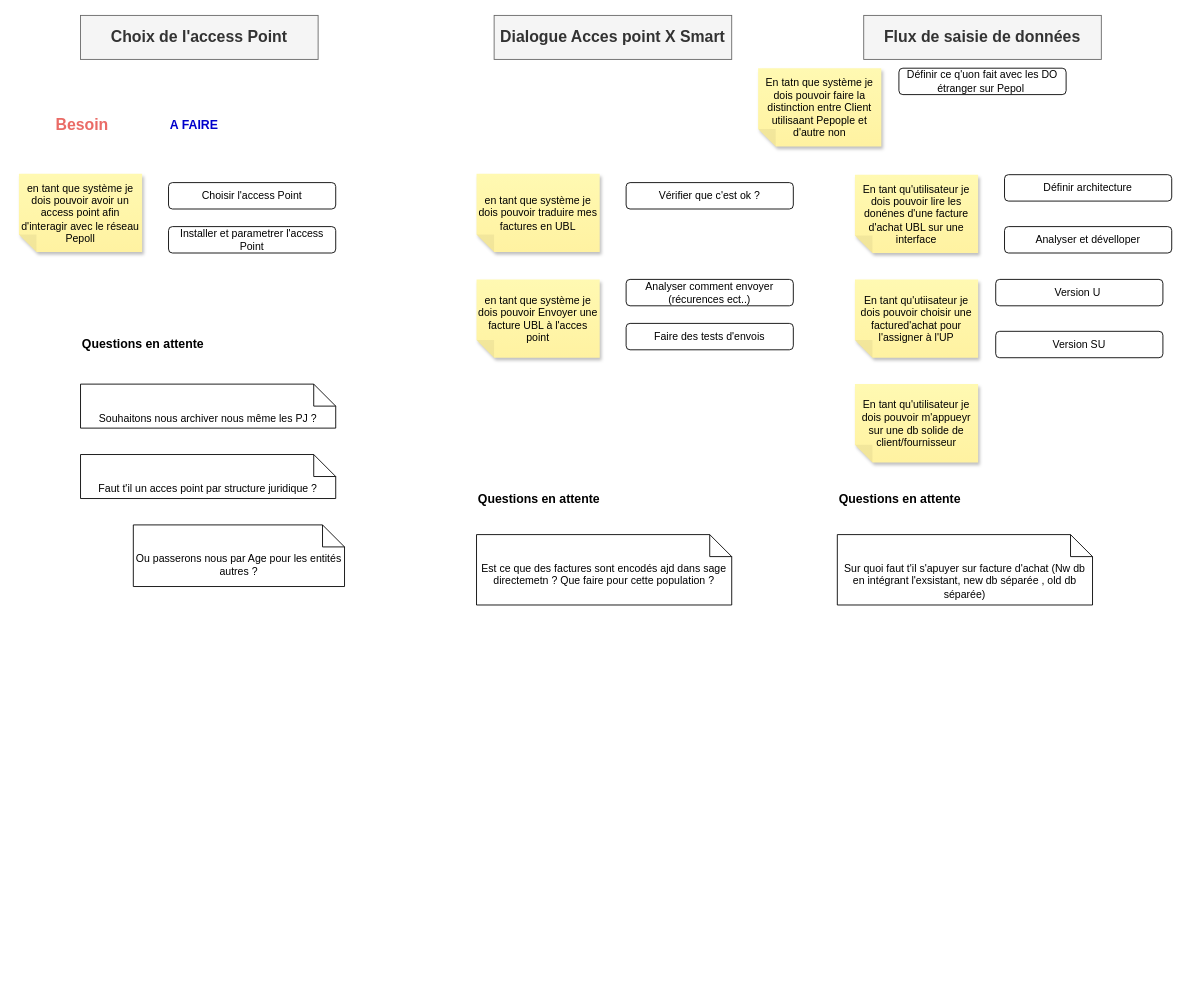
Earlier version of the draw.io diagram Peppol pour Ciaran.drawio (Idir-smart/SandBox). Source tidied: cells renumbered, new cells numbered last; positions are measured from the earlier drawing's top-left corner, leaving out a move shared by most shapes. Both pictures are drawn from the tidied source at 88%, with x=0, y=0 at pixel (18, 15).
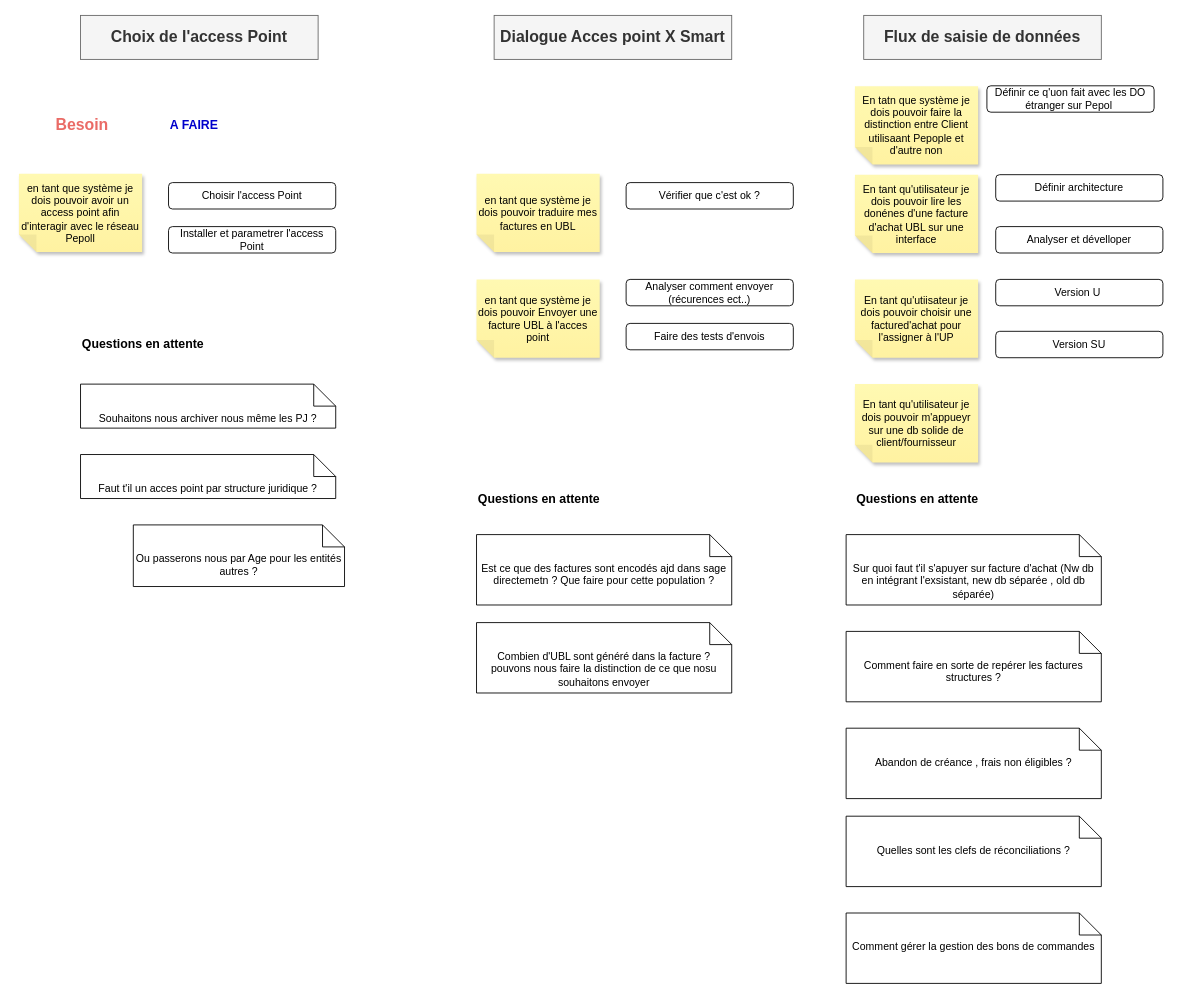
The same diagram, later.

Commit message:
Mettre à jour Peppol pour Ciaran.drawio

Diff of the diagram source:
```diff
@@
     <mxCell id="5" value="Définir ce q'uon fait avec les DO étranger sur Pepol&amp;nbsp; " style="rounded=1;whiteSpace=wrap;html=1;" parent="1" vertex="1">
-      <mxGeometry x="1000" y="60" width="190" height="30" as="geometry" />
+      <mxGeometry x="1100" y="80" width="190" height="30" as="geometry" />
     </mxCell>
@@
     <mxCell id="21" value="Sur quoi faut t'il s'apuyer sur facture d'achat (Nw db en intégrant l'exsistant, new db séparée , old db séparée)" style="shape=note2;boundedLbl=1;whiteSpace=wrap;html=1;size=25;verticalAlign=top;align=center;" parent="1" vertex="1">
-      <mxGeometry x="930" y="590" width="290" height="80" as="geometry" />
+      <mxGeometry x="940" y="590" width="290" height="80" as="geometry" />
     </mxCell>
@@
     <mxCell id="24" value="Analyser et dévelloper " style="rounded=1;whiteSpace=wrap;html=1;" parent="1" vertex="1">
-      <mxGeometry x="1120" y="240" width="190" height="30" as="geometry" />
+      <mxGeometry x="1110" y="240" width="190" height="30" as="geometry" />
     </mxCell>
@@
     <mxCell id="27" value="En tatn que système je dois pouvoir faire la distinction entre Client utilisaant Pepople et d'autre non " style="shape=note;whiteSpace=wrap;html=1;backgroundOutline=1;fontColor=#000000;darkOpacity=0.05;fillColor=#FFF9B2;strokeColor=none;fillStyle=solid;direction=west;gradientDirection=north;gradientColor=#FFF2A1;shadow=1;size=20;" parent="1" vertex="1">
-      <mxGeometry x="840" y="60" width="140" height="89" as="geometry" />
+      <mxGeometry x="950" y="80.5" width="140" height="89" as="geometry" />
     </mxCell>
     <mxCell id="28" value="Définir architecture " style="rounded=1;whiteSpace=wrap;html=1;" parent="1" vertex="1">
-      <mxGeometry x="1120" y="181" width="190" height="30" as="geometry" />
+      <mxGeometry x="1110" y="181" width="190" height="30" as="geometry" />
     </mxCell>
@@
     <mxCell id="31" value="&lt;div align=&quot;left&quot;&gt;&lt;font style=&quot;font-size: 14px;&quot;&gt;&lt;b&gt;Questions en attente&lt;/b&gt;&lt;/font&gt;&lt;/div&gt;" style="text;html=1;align=left;verticalAlign=middle;whiteSpace=wrap;rounded=0;" parent="1" vertex="1">
-      <mxGeometry x="930" y="534.5" width="210" height="30" as="geometry" />
+      <mxGeometry x="950" y="534.5" width="210" height="30" as="geometry" />
     </mxCell>
+    <mxCell id="32" value="Comment faire en sorte de repérer les factures structures ? " style="shape=note2;boundedLbl=1;whiteSpace=wrap;html=1;size=25;verticalAlign=top;align=center;" parent="1" vertex="1">
+      <mxGeometry x="940" y="700" width="290" height="80" as="geometry" />
+    </mxCell>
+    <mxCell id="33" value="Abandon de créance , frais non éligibles ? " style="shape=note2;boundedLbl=1;whiteSpace=wrap;html=1;size=25;verticalAlign=top;align=center;" parent="1" vertex="1">
+      <mxGeometry x="940" y="810" width="290" height="80" as="geometry" />
+    </mxCell>
+    <mxCell id="34" value="Quelles sont les clefs de réconciliations ? " style="shape=note2;boundedLbl=1;whiteSpace=wrap;html=1;size=25;verticalAlign=top;align=center;" parent="1" vertex="1">
+      <mxGeometry x="940" y="910" width="290" height="80" as="geometry" />
+    </mxCell>
+    <mxCell id="35" value="Comment gérer la gestion des bons de commandes " style="shape=note2;boundedLbl=1;whiteSpace=wrap;html=1;size=25;verticalAlign=top;align=center;" parent="1" vertex="1">
+      <mxGeometry x="940" y="1020" width="290" height="80" as="geometry" />
+    </mxCell>
+    <mxCell id="36" value="Combien d'UBL sont généré dans la facture ? pouvons nous faire la distinction de ce que nosu souhaitons envoyer " style="shape=note2;boundedLbl=1;whiteSpace=wrap;html=1;size=25;verticalAlign=top;align=center;" parent="1" vertex="1">
+      <mxGeometry x="520" y="690" width="290" height="80" as="geometry" />
+    </mxCell>
```
